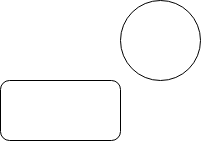
The draw.io diagram Java/反射.png in kusuzi/LearnJava, before a commit. Source tidied: cells renumbered, new cells last; positions are measured from the earlier drawing's top-left corner, leaving out a move shared by most shapes. Source of this version:
```xml
<mxGraphModel>
  <root>
    <mxCell id="0" />
    <mxCell id="1" parent="0" />
    <mxCell id="2" style="rounded=1;whiteSpace=wrap;html=1;" parent="1" vertex="1">
      <mxGeometry y="80" width="120" height="60" as="geometry" />
    </mxCell>
    <mxCell id="3" style="ellipse;whiteSpace=wrap;html=1;" parent="1" vertex="1">
      <mxGeometry x="120" width="80" height="80" as="geometry" />
    </mxCell>
  </root>
</mxGraphModel>
```
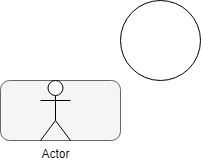
Later version of the same file.

Change to the diagram source:
```diff
@@ -2,11 +2,14 @@
   <root>
     <mxCell id="0" />
     <mxCell id="1" parent="0" />
-    <mxCell id="2" style="rounded=1;whiteSpace=wrap;html=1;" parent="1" vertex="1">
+    <mxCell id="2" style="rounded=1;whiteSpace=wrap;html=1;fillColor=#f5f5f5;strokeColor=#666666;fontColor=#333333;" parent="1" vertex="1">
       <mxGeometry y="80" width="120" height="60" as="geometry" />
     </mxCell>
     <mxCell id="3" style="ellipse;whiteSpace=wrap;html=1;" parent="1" vertex="1">
       <mxGeometry x="120" width="80" height="80" as="geometry" />
     </mxCell>
+    <mxCell id="4" value="Actor" style="shape=umlActor;verticalLabelPosition=bottom;verticalAlign=top;html=1;" parent="1" vertex="1">
+      <mxGeometry x="40" y="80" width="30" height="60" as="geometry" />
+    </mxCell>
   </root>
 </mxGraphModel>
```
